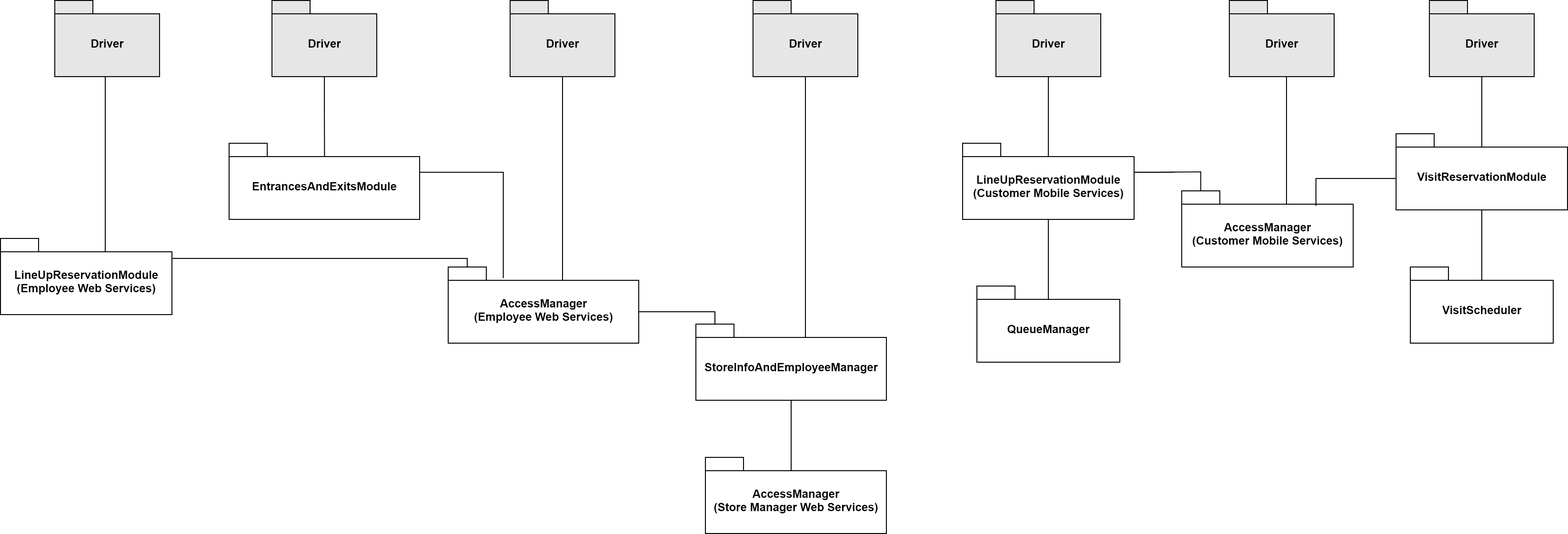
This is DDworkspace/LaTeXproject/images/int_diagr8.png from marcoDige/CLup, a draw.io export, as it was before one commit. Source tidied: cells renumbered, new cells last; positions are measured from the earlier drawing's top-left corner, leaving out a move shared by most shapes. Source of this version:
```xml
<mxGraphModel>
  <root>
    <mxCell id="0" />
    <mxCell id="1" parent="0" />
    <mxCell id="2" style="edgeStyle=orthogonalEdgeStyle;rounded=0;jettySize=auto;html=1;exitX=0.5;exitY=1;exitDx=0;exitDy=0;exitPerimeter=0;entryX=0.501;entryY=0.17;entryDx=0;entryDy=0;entryPerimeter=0;endArrow=none;endFill=0;" parent="1" edge="1" source="3" target="5">
      <mxGeometry relative="1" as="geometry" />
    </mxCell>
    <mxCell id="3" value="Driver" style="shape=folder;fontStyle=1;spacingTop=10;tabWidth=40;tabHeight=14;tabPosition=left;html=1;fillColor=#E6E6E6;" parent="1" vertex="1">
      <mxGeometry x="285" width="110" height="80" as="geometry" />
    </mxCell>
    <mxCell id="4" style="edgeStyle=orthogonalEdgeStyle;rounded=0;jettySize=auto;html=1;exitX=0;exitY=0;exitDx=200;exitDy=30.5;exitPerimeter=0;entryX=0.289;entryY=0.146;entryDx=0;entryDy=0;entryPerimeter=0;endArrow=none;endFill=0;" parent="1" edge="1" source="5" target="28">
      <mxGeometry relative="1" as="geometry">
        <Array as="points">
          <mxPoint x="528" y="181" />
        </Array>
      </mxGeometry>
    </mxCell>
    <mxCell id="5" value="EntrancesAndExitsModule" style="shape=folder;fontStyle=1;spacingTop=10;tabWidth=40;tabHeight=14;tabPosition=left;html=1;fillColor=#FFFFFF;" parent="1" vertex="1">
      <mxGeometry x="240" y="150" width="200" height="80" as="geometry" />
    </mxCell>
    <mxCell id="6" value="AccessManager&lt;br&gt;(Customer Mobile Services)" style="shape=folder;fontStyle=1;spacingTop=10;tabWidth=40;tabHeight=14;tabPosition=left;html=1;fillColor=#FFFFFF;" parent="1" vertex="1">
      <mxGeometry x="1240" y="200" width="180" height="80" as="geometry" />
    </mxCell>
    <mxCell id="7" style="edgeStyle=orthogonalEdgeStyle;rounded=0;jettySize=auto;html=1;exitX=0.5;exitY=1;exitDx=0;exitDy=0;exitPerimeter=0;endArrow=none;endFill=0;entryX=0;entryY=0;entryDx=110;entryDy=14;entryPerimeter=0;" parent="1" edge="1" source="8" target="6">
      <mxGeometry relative="1" as="geometry">
        <Array as="points">
          <mxPoint x="1350" y="80" />
        </Array>
      </mxGeometry>
    </mxCell>
    <mxCell id="8" value="Driver" style="shape=folder;fontStyle=1;spacingTop=10;tabWidth=40;tabHeight=14;tabPosition=left;html=1;fillColor=#E6E6E6;" parent="1" vertex="1">
      <mxGeometry x="1290" width="110" height="80" as="geometry" />
    </mxCell>
    <mxCell id="9" style="edgeStyle=orthogonalEdgeStyle;rounded=0;jettySize=auto;html=1;endArrow=none;endFill=0;exitX=0;exitY=0;exitDx=40;exitDy=14;exitPerimeter=0;" parent="1" edge="1" source="10" target="14">
      <mxGeometry relative="1" as="geometry">
        <Array as="points">
          <mxPoint x="1555" y="294" />
        </Array>
      </mxGeometry>
    </mxCell>
    <mxCell id="10" value="VisitScheduler" style="shape=folder;fontStyle=1;spacingTop=10;tabWidth=40;tabHeight=14;tabPosition=left;html=1;fillColor=#FFFFFF;" parent="1" vertex="1">
      <mxGeometry x="1480" y="280" width="150" height="80" as="geometry" />
    </mxCell>
    <mxCell id="11" style="edgeStyle=orthogonalEdgeStyle;rounded=0;jettySize=auto;html=1;exitX=0.5;exitY=1;exitDx=0;exitDy=0;exitPerimeter=0;endArrow=none;endFill=0;" parent="1" edge="1" source="12">
      <mxGeometry relative="1" as="geometry">
        <mxPoint x="1555" y="154" as="targetPoint" />
        <Array as="points">
          <mxPoint x="1555" y="120" />
          <mxPoint x="1555" y="120" />
        </Array>
      </mxGeometry>
    </mxCell>
    <mxCell id="12" value="Driver" style="shape=folder;fontStyle=1;spacingTop=10;tabWidth=40;tabHeight=14;tabPosition=left;html=1;fillColor=#E6E6E6;" parent="1" vertex="1">
      <mxGeometry x="1500" width="110" height="80" as="geometry" />
    </mxCell>
    <mxCell id="13" style="edgeStyle=orthogonalEdgeStyle;rounded=0;jettySize=auto;html=1;exitX=0;exitY=0;exitDx=0;exitDy=47;exitPerimeter=0;entryX=0.783;entryY=0.197;entryDx=0;entryDy=0;entryPerimeter=0;endArrow=none;endFill=0;" parent="1" edge="1" source="14" target="6">
      <mxGeometry relative="1" as="geometry">
        <Array as="points">
          <mxPoint x="1381" y="187" />
        </Array>
      </mxGeometry>
    </mxCell>
    <mxCell id="14" value="VisitReservationModule" style="shape=folder;fontStyle=1;spacingTop=10;tabWidth=40;tabHeight=14;tabPosition=left;html=1;fillColor=#FFFFFF;" parent="1" vertex="1">
      <mxGeometry x="1465" y="140" width="180" height="80" as="geometry" />
    </mxCell>
    <mxCell id="15" value="QueueManager" style="shape=folder;fontStyle=1;spacingTop=10;tabWidth=40;tabHeight=14;tabPosition=left;html=1;fillColor=#FFFFFF;" parent="1" vertex="1">
      <mxGeometry x="1025" y="300" width="150" height="80" as="geometry" />
    </mxCell>
    <mxCell id="16" style="edgeStyle=orthogonalEdgeStyle;rounded=0;jettySize=auto;html=1;exitX=0.5;exitY=1;exitDx=0;exitDy=0;exitPerimeter=0;entryX=0;entryY=0;entryDx=110;entryDy=14;entryPerimeter=0;endArrow=none;endFill=0;" parent="1" edge="1" source="17" target="20">
      <mxGeometry relative="1" as="geometry">
        <Array as="points">
          <mxPoint x="1100" y="164" />
        </Array>
      </mxGeometry>
    </mxCell>
    <mxCell id="17" value="Driver" style="shape=folder;fontStyle=1;spacingTop=10;tabWidth=40;tabHeight=14;tabPosition=left;html=1;fillColor=#E6E6E6;" parent="1" vertex="1">
      <mxGeometry x="1045" width="110" height="80" as="geometry" />
    </mxCell>
    <mxCell id="18" style="edgeStyle=orthogonalEdgeStyle;rounded=0;jettySize=auto;html=1;exitX=0.5;exitY=1;exitDx=0;exitDy=0;exitPerimeter=0;endArrow=none;endFill=0;" parent="1" edge="1" source="20">
      <mxGeometry relative="1" as="geometry">
        <mxPoint x="1100" y="314" as="targetPoint" />
        <Array as="points">
          <mxPoint x="1100" y="314" />
        </Array>
      </mxGeometry>
    </mxCell>
    <mxCell id="19" style="edgeStyle=orthogonalEdgeStyle;rounded=0;jettySize=auto;html=1;exitX=0;exitY=0;exitDx=180;exitDy=30.5;exitPerimeter=0;entryX=0;entryY=0;entryDx=20;entryDy=0;entryPerimeter=0;endArrow=none;endFill=0;" parent="1" edge="1" source="20" target="6">
      <mxGeometry relative="1" as="geometry" />
    </mxCell>
    <mxCell id="20" value="LineUpReservationModule&lt;br&gt;(Customer Mobile Services)" style="shape=folder;fontStyle=1;spacingTop=10;tabWidth=40;tabHeight=14;tabPosition=left;html=1;fillColor=#FFFFFF;" parent="1" vertex="1">
      <mxGeometry x="1010" y="150" width="180" height="80" as="geometry" />
    </mxCell>
    <mxCell id="21" value="Driver" style="shape=folder;fontStyle=1;spacingTop=10;tabWidth=40;tabHeight=14;tabPosition=left;html=1;fillColor=#E6E6E6;" parent="1" vertex="1">
      <mxGeometry x="790" width="110" height="80" as="geometry" />
    </mxCell>
    <mxCell id="22" style="edgeStyle=orthogonalEdgeStyle;rounded=0;jettySize=auto;html=1;entryX=0.5;entryY=1;entryDx=0;entryDy=0;entryPerimeter=0;endArrow=none;endFill=0;exitX=0.461;exitY=0.17;exitDx=0;exitDy=0;exitPerimeter=0;" parent="1" edge="1" source="23" target="25">
      <mxGeometry relative="1" as="geometry">
        <Array as="points">
          <mxPoint x="830" y="504" />
        </Array>
      </mxGeometry>
    </mxCell>
    <mxCell id="23" value="AccessManager&lt;br&gt;(Store Manager Web Services)" style="shape=folder;fontStyle=1;spacingTop=10;tabWidth=40;tabHeight=14;tabPosition=left;html=1;fillColor=#FFFFFF;" parent="1" vertex="1">
      <mxGeometry x="740" y="480" width="190" height="80" as="geometry" />
    </mxCell>
    <mxCell id="24" style="edgeStyle=orthogonalEdgeStyle;rounded=0;jettySize=auto;html=1;exitX=0;exitY=0;exitDx=120;exitDy=14;exitPerimeter=0;entryX=0.5;entryY=1;entryDx=0;entryDy=0;entryPerimeter=0;endArrow=none;endFill=0;" parent="1" edge="1" source="25" target="21">
      <mxGeometry relative="1" as="geometry">
        <Array as="points">
          <mxPoint x="845" y="354" />
        </Array>
      </mxGeometry>
    </mxCell>
    <mxCell id="25" value="StoreInfoAndEmployeeManager" style="shape=folder;fontStyle=1;spacingTop=10;tabWidth=40;tabHeight=14;tabPosition=left;html=1;fillColor=#FFFFFF;" parent="1" vertex="1">
      <mxGeometry x="730" y="340" width="200" height="80" as="geometry" />
    </mxCell>
    <mxCell id="26" style="edgeStyle=orthogonalEdgeStyle;rounded=0;jettySize=auto;html=1;exitX=0;exitY=0;exitDx=120;exitDy=14;exitPerimeter=0;entryX=0.5;entryY=1;entryDx=0;entryDy=0;entryPerimeter=0;endArrow=none;endFill=0;" parent="1" edge="1" source="28" target="29">
      <mxGeometry relative="1" as="geometry">
        <Array as="points">
          <mxPoint x="590" y="154" />
        </Array>
      </mxGeometry>
    </mxCell>
    <mxCell id="27" style="edgeStyle=orthogonalEdgeStyle;rounded=0;jettySize=auto;html=1;exitX=0;exitY=0;exitDx=200;exitDy=47;exitPerimeter=0;endArrow=none;endFill=0;entryX=0;entryY=0;entryDx=20;entryDy=0;entryPerimeter=0;" parent="1" edge="1" source="28" target="25">
      <mxGeometry relative="1" as="geometry">
        <Array as="points">
          <mxPoint x="750" y="327" />
        </Array>
      </mxGeometry>
    </mxCell>
    <mxCell id="28" value="AccessManager&lt;br&gt;(Employee Web Services)" style="shape=folder;fontStyle=1;spacingTop=10;tabWidth=40;tabHeight=14;tabPosition=left;html=1;fillColor=#FFFFFF;" parent="1" vertex="1">
      <mxGeometry x="470" y="280" width="200" height="80" as="geometry" />
    </mxCell>
    <mxCell id="29" value="Driver" style="shape=folder;fontStyle=1;spacingTop=10;tabWidth=40;tabHeight=14;tabPosition=left;html=1;fillColor=#E6E6E6;" parent="1" vertex="1">
      <mxGeometry x="535" width="110" height="80" as="geometry" />
    </mxCell>
    <mxCell id="30" style="edgeStyle=orthogonalEdgeStyle;rounded=0;jettySize=auto;html=1;exitX=0;exitY=0;exitDx=180;exitDy=30.5;exitPerimeter=0;entryX=0;entryY=0;entryDx=20;entryDy=0;entryPerimeter=0;endArrow=none;endFill=0;" parent="1" edge="1" source="31" target="28">
      <mxGeometry relative="1" as="geometry">
        <Array as="points">
          <mxPoint x="490" y="271" />
        </Array>
      </mxGeometry>
    </mxCell>
    <mxCell id="31" value="LineUpReservationModule&lt;br&gt;(Employee Web Services)" style="shape=folder;fontStyle=1;spacingTop=10;tabWidth=40;tabHeight=14;tabPosition=left;html=1;fillColor=#FFFFFF;" parent="1" vertex="1">
      <mxGeometry y="250" width="180" height="80" as="geometry" />
    </mxCell>
    <mxCell id="32" style="edgeStyle=orthogonalEdgeStyle;rounded=0;jettySize=auto;html=1;exitX=0.5;exitY=1;exitDx=0;exitDy=0;exitPerimeter=0;entryX=0;entryY=0;entryDx=110;entryDy=14;entryPerimeter=0;endArrow=none;endFill=0;" parent="1" edge="1" source="33" target="31">
      <mxGeometry relative="1" as="geometry">
        <Array as="points">
          <mxPoint x="110" y="80" />
        </Array>
      </mxGeometry>
    </mxCell>
    <mxCell id="33" value="Driver" style="shape=folder;fontStyle=1;spacingTop=10;tabWidth=40;tabHeight=14;tabPosition=left;html=1;fillColor=#E6E6E6;" parent="1" vertex="1">
      <mxGeometry x="57" width="110" height="80" as="geometry" />
    </mxCell>
  </root>
</mxGraphModel>
```
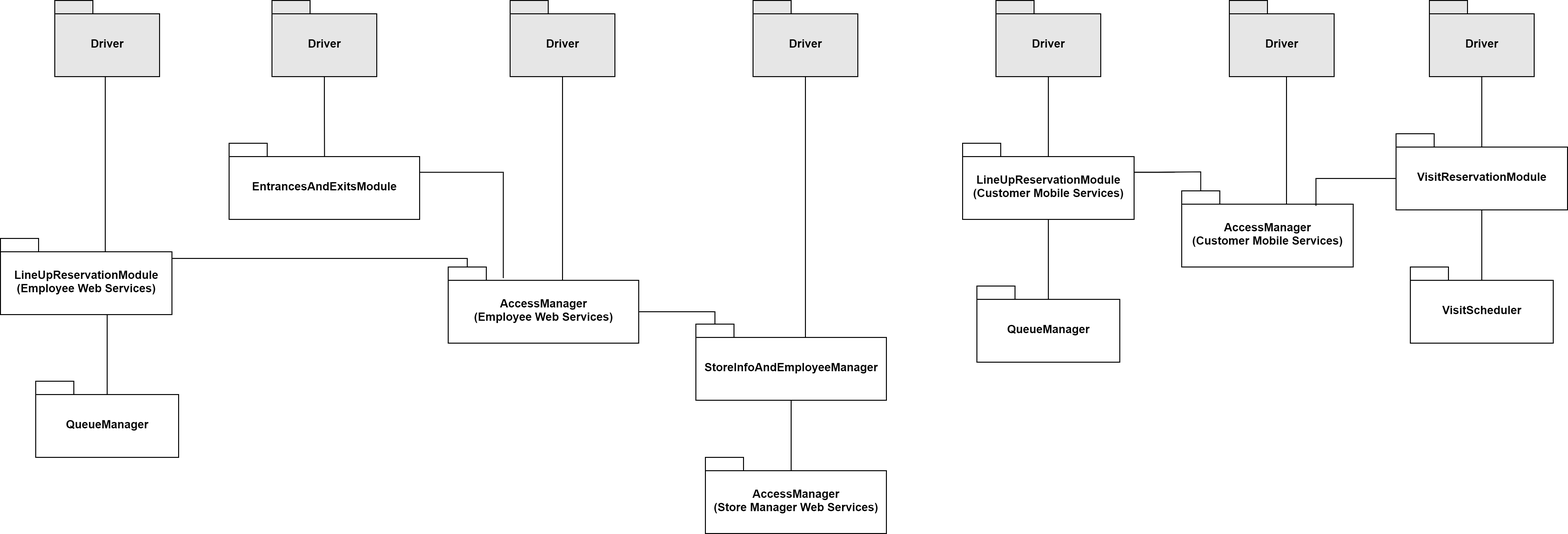
The same diagram one commit later.

The edit, as a diff of the source:
```diff
@@ -153,5 +153,17 @@
     <mxCell id="33" value="Driver" style="shape=folder;fontStyle=1;spacingTop=10;tabWidth=40;tabHeight=14;tabPosition=left;html=1;fillColor=#E6E6E6;" parent="1" vertex="1">
       <mxGeometry x="57" width="110" height="80" as="geometry" />
     </mxCell>
+    <mxCell id="34" value="QueueManager" style="shape=folder;fontStyle=1;spacingTop=10;tabWidth=40;tabHeight=14;tabPosition=left;html=1;fillColor=#FFFFFF;" parent="1" vertex="1">
+      <mxGeometry x="37" y="400" width="150" height="80" as="geometry" />
+    </mxCell>
+    <mxCell id="35" style="edgeStyle=orthogonalEdgeStyle;rounded=0;orthogonalLoop=1;jettySize=auto;html=1;exitX=0.5;exitY=1;exitDx=0;exitDy=0;exitPerimeter=0;endArrow=none;endFill=0;" parent="1" edge="1">
+      <mxGeometry relative="1" as="geometry">
+        <mxPoint x="112" y="330" as="sourcePoint" />
+        <mxPoint x="112" y="414" as="targetPoint" />
+        <Array as="points">
+          <mxPoint x="112" y="414" />
+        </Array>
+      </mxGeometry>
+    </mxCell>
   </root>
 </mxGraphModel>
```
